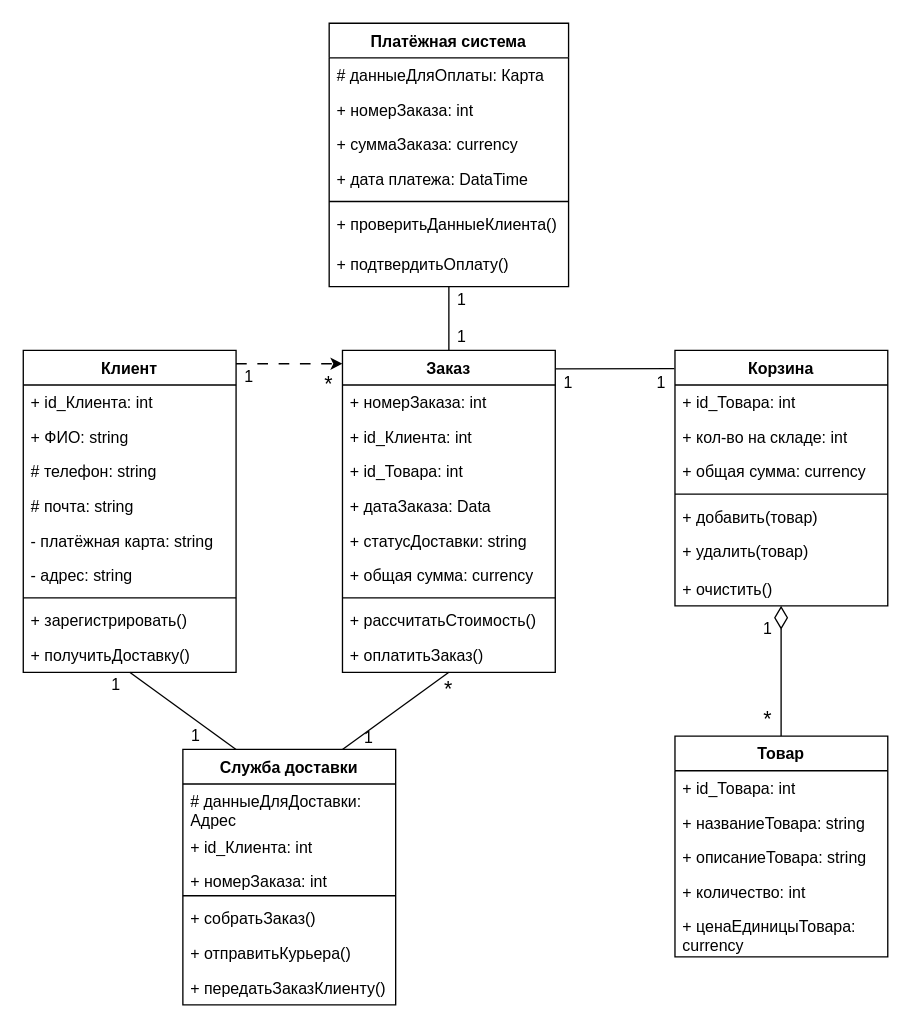
AnnaOtchina/AnnaKyrsach keeps this draw.io diagram as page "Классов" (5 of 8) of Все диаграммы.drawio. Above is the earlier version. Source tidied: cells renumbered, new cells numbered last; positions are measured from the earlier drawing's top-left corner, leaving out a move shared by most shapes. Both pictures are drawn from the tidied source at 133%, with x=0, y=0 at pixel (23, 23).
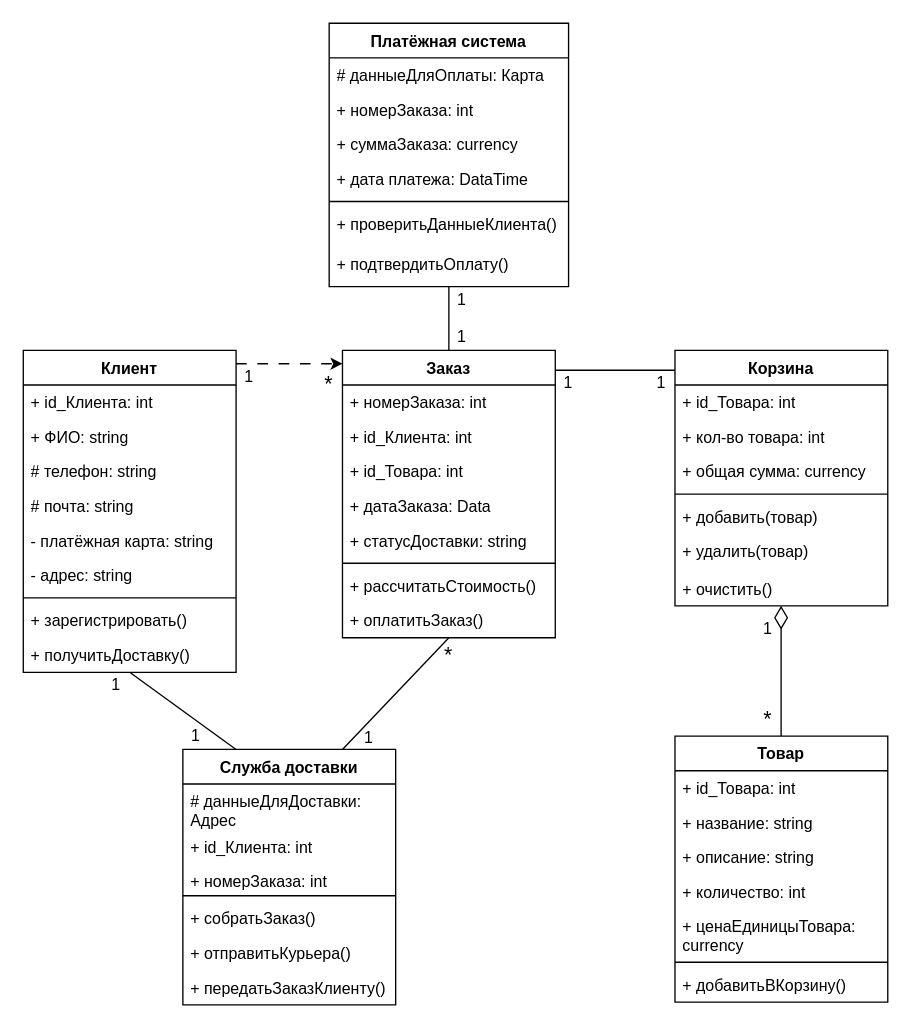
After the change.

Unchanged cells that the change refers to:
```xml
<mxCell id="23" value="Корзина" style="swimlane;fontStyle=1;align=center;verticalAlign=top;horizontal=1;startSize=26;whiteSpace=wrap;html=1;" parent="1" vertex="1">
  <mxGeometry x="490" y="246" width="160" height="192" as="geometry" />
</mxCell>
```

Change to the diagram source:
```diff
@@
     <mxCell id="12" value="Заказ" style="swimlane;fontStyle=1;align=center;verticalAlign=top;horizontal=1;startSize=26;whiteSpace=wrap;html=1;" parent="1" vertex="1">
-      <mxGeometry x="240" y="246" width="160" height="242" as="geometry" />
+      <mxGeometry x="240" y="246" width="160" height="216" as="geometry" />
     </mxCell>
@@
-    <mxCell id="18" value="+ общая сумма: currency" style="text;strokeColor=none;fillColor=none;align=left;verticalAlign=top;spacingLeft=4;spacingRight=4;overflow=hidden;whiteSpace=wrap;html=1;" parent="12" vertex="1">
-      <mxGeometry y="156" width="160" height="26" as="geometry" />
-    </mxCell>
     <mxCell id="19" style="line;strokeWidth=1;fillColor=none;align=left;verticalAlign=middle;spacingTop=-1;spacingLeft=3;spacingRight=3;labelPosition=right;strokeColor=inherit;" parent="12" vertex="1">
-      <mxGeometry y="182" width="160" height="8" as="geometry" />
+      <mxGeometry y="156" width="160" height="8" as="geometry" />
     </mxCell>
     <mxCell id="20" value="+ рассчитатьСтоимость()" style="text;strokeColor=none;fillColor=none;align=left;verticalAlign=top;spacingLeft=4;spacingRight=4;overflow=hidden;whiteSpace=wrap;html=1;" parent="12" vertex="1">
-      <mxGeometry y="190" width="160" height="26" as="geometry" />
+      <mxGeometry y="164" width="160" height="26" as="geometry" />
     </mxCell>
     <mxCell id="21" value="+ оплатитьЗаказ()" style="text;strokeColor=none;fillColor=none;align=left;verticalAlign=top;spacingLeft=4;spacingRight=4;overflow=hidden;whiteSpace=wrap;html=1;" parent="12" vertex="1">
-      <mxGeometry y="216" width="160" height="26" as="geometry" />
+      <mxGeometry y="190" width="160" height="26" as="geometry" />
     </mxCell>
-    <mxCell id="22" style="rounded=0;jettySize=auto;html=1;exitX=-0.003;exitY=0.071;exitDx=0;exitDy=0;endArrow=none;endFill=0;exitPerimeter=0;entryX=1.002;entryY=0.057;entryDx=0;entryDy=0;entryPerimeter=0;" parent="1" edge="1" source="23" target="12">
-      <mxGeometry relative="1" as="geometry" />
+    <mxCell id="22" style="rounded=0;orthogonalLoop=1;jettySize=auto;html=1;endArrow=none;endFill=0;" parent="1" edge="1">
+      <mxGeometry relative="1" as="geometry">
+        <mxPoint x="490" y="260.9" as="sourcePoint" />
+        <mxPoint x="400" y="260.9" as="targetPoint" />
+      </mxGeometry>
     </mxCell>
@@
-    <mxCell id="25" value="+ кол-во на складе: int" style="text;strokeColor=none;fillColor=none;align=left;verticalAlign=top;spacingLeft=4;spacingRight=4;overflow=hidden;whiteSpace=wrap;html=1;" parent="23" vertex="1">
+    <mxCell id="25" value="+ кол-во товара: int" style="text;strokeColor=none;fillColor=none;align=left;verticalAlign=top;spacingLeft=4;spacingRight=4;overflow=hidden;whiteSpace=wrap;html=1;" parent="23" vertex="1">
       <mxGeometry y="52" width="160" height="26" as="geometry" />
     </mxCell>
@@
     <mxCell id="32" value="Товар" style="swimlane;fontStyle=1;align=center;verticalAlign=top;horizontal=1;startSize=26;whiteSpace=wrap;html=1;" parent="1" vertex="1">
-      <mxGeometry x="490" y="536" width="160" height="166" as="geometry" />
+      <mxGeometry x="490" y="536" width="160" height="200" as="geometry" />
     </mxCell>
@@
-    <mxCell id="34" value="+ названиеТовара: string" style="text;strokeColor=none;fillColor=none;align=left;verticalAlign=top;spacingLeft=4;spacingRight=4;overflow=hidden;whiteSpace=wrap;html=1;" parent="32" vertex="1">
+    <mxCell id="34" value="+ название: string" style="text;strokeColor=none;fillColor=none;align=left;verticalAlign=top;spacingLeft=4;spacingRight=4;overflow=hidden;whiteSpace=wrap;html=1;" parent="32" vertex="1">
       <mxGeometry y="52" width="160" height="26" as="geometry" />
     </mxCell>
-    <mxCell id="35" value="+ описаниеТовара: string" style="text;strokeColor=none;fillColor=none;align=left;verticalAlign=top;spacingLeft=4;spacingRight=4;overflow=hidden;whiteSpace=wrap;html=1;" parent="32" vertex="1">
+    <mxCell id="35" value="+ описание: string" style="text;strokeColor=none;fillColor=none;align=left;verticalAlign=top;spacingLeft=4;spacingRight=4;overflow=hidden;whiteSpace=wrap;html=1;" parent="32" vertex="1">
       <mxGeometry y="78" width="160" height="26" as="geometry" />
     </mxCell>
@@
+    <mxCell id="70" style="line;strokeWidth=1;fillColor=none;align=left;verticalAlign=middle;spacingTop=-1;spacingLeft=3;spacingRight=3;labelPosition=right;strokeColor=inherit;" parent="32" vertex="1">
+      <mxGeometry y="166" width="160" height="8" as="geometry" />
+    </mxCell>
+    <mxCell id="71" value="+ добавитьВКорзину()" style="text;strokeColor=none;fillColor=none;align=left;verticalAlign=top;spacingLeft=4;spacingRight=4;overflow=hidden;whiteSpace=wrap;html=1;" parent="32" vertex="1">
+      <mxGeometry y="174" width="160" height="26" as="geometry" />
+    </mxCell>
@@
     <mxCell id="63" value="&lt;font&gt;*&lt;/font&gt;" style="text;html=1;whiteSpace=wrap;strokeColor=none;fillColor=none;align=center;verticalAlign=middle;rounded=0;fontSize=16;" parent="1" vertex="1">
-      <mxGeometry x="310" y="487" width="20" height="25" as="geometry" />
+      <mxGeometry x="310" y="462" width="20" height="25" as="geometry" />
     </mxCell>
```
